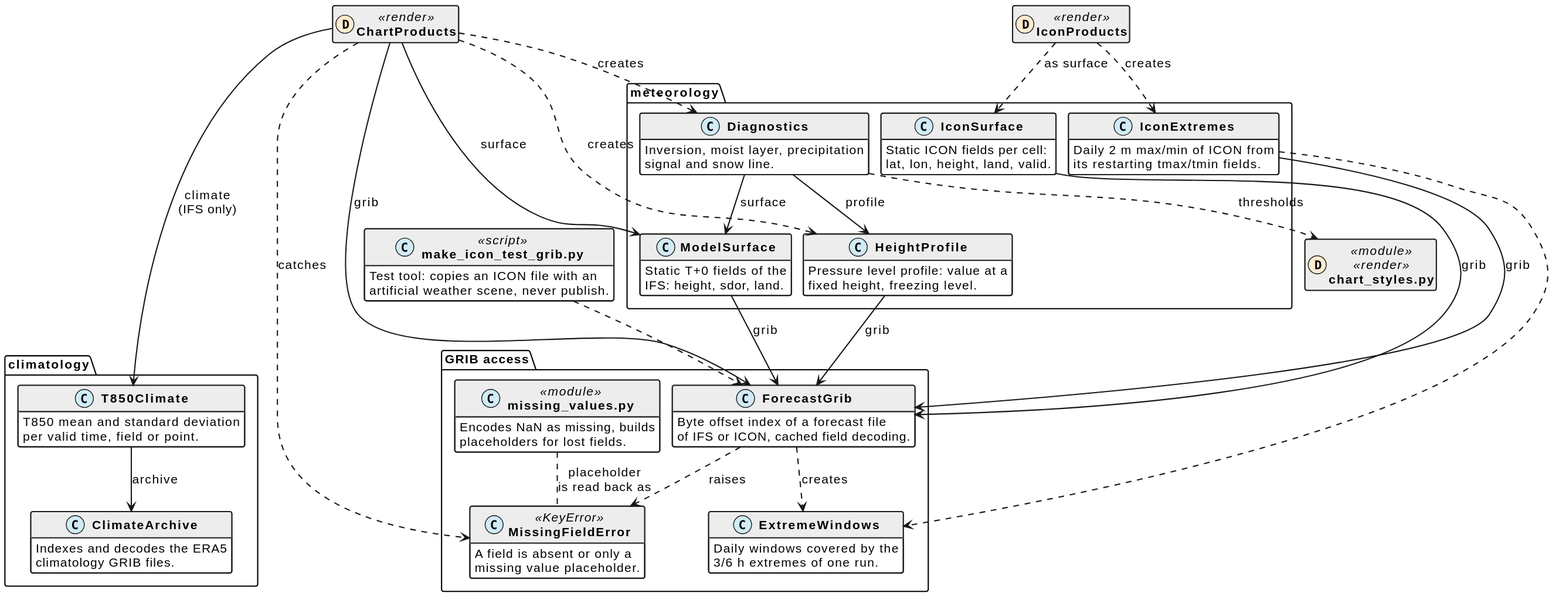
Earlier version of the PlantUML export docs/grib.svg (schletz/wetterkartenviewer).
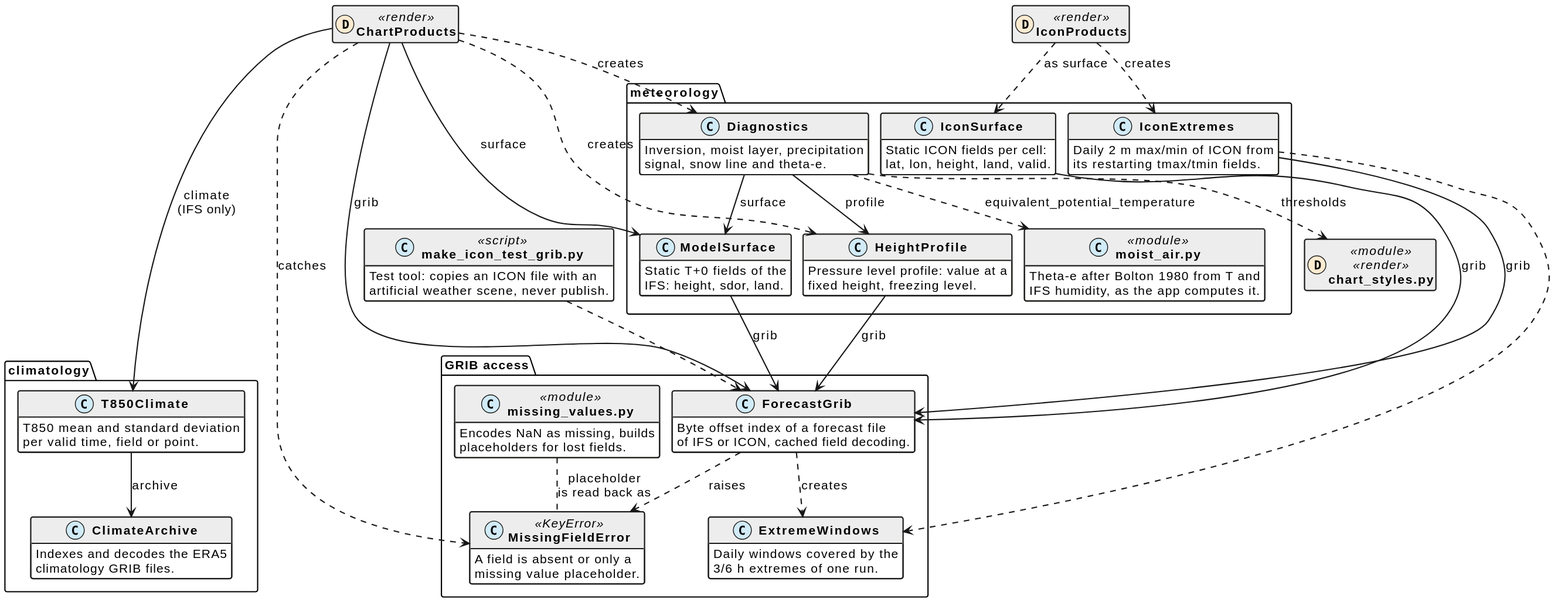
Above is the later version.

Change to the diagram source:
```diff
@@ -79,7 +79,11 @@
  }
  class Diagnostics {
  Inversion, moist layer, precipitation
- signal and snow line.
+ signal, snow line and theta-e.
+ }
+ class "moist_air.py" as moist_air <<module>> {
+ Theta-e after Bolton 1980 from T and
+ IFS humidity, as the app computes it.
  }
  class IconExtremes {
  Daily 2 m max/min of ICON from
@@ -117,6 +121,7 @@
 Diagnostics --> HeightProfile : profile
 Diagnostics --> ModelSurface : surface
 Diagnostics ..> chart_styles : thresholds
+Diagnostics ..> moist_air : equivalent_potential_temperature
 IconExtremes --> ForecastGrib : grib
 IconExtremes ..> ExtremeWindows
 T850Climate --> ClimateArchive : archive
```
